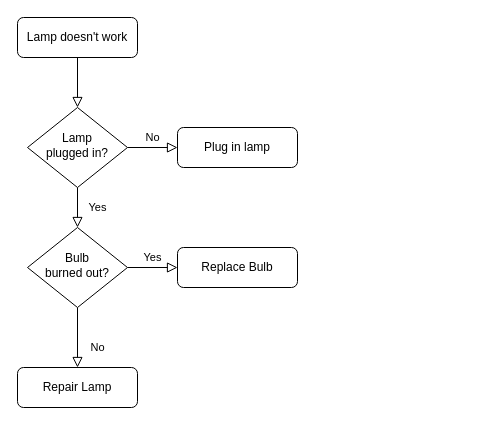
Before: process.drawio in anpengshuai/anpengshuai, a draw.io diagram. Source tidied: cells renumbered, new cells numbered last; positions are measured from the earlier drawing's top-left corner, leaving out a move shared by most shapes. Both pictures are drawn from the tidied source at 100%, with x=0, y=0 at pixel (17, 17).
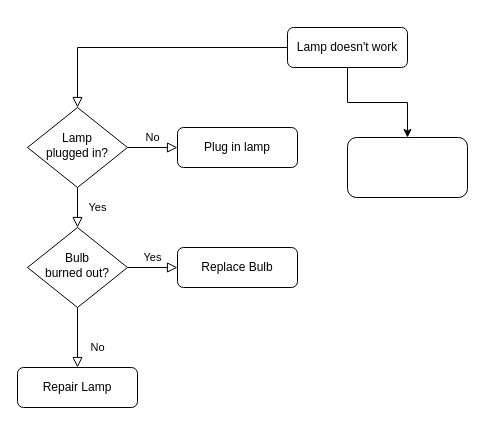
After the change.

Diff of the diagram source:
```diff
@@
 <mxGraphModel>
   <root>
     <mxCell id="0" />
     <mxCell id="1" parent="0" />
     <mxCell id="2" style="rounded=0;html=1;jettySize=auto;fontSize=11;endArrow=block;endFill=0;endSize=8;strokeWidth=1;shadow=0;labelBackgroundColor=none;edgeStyle=orthogonalEdgeStyle;" parent="1" edge="1" source="3" target="6">
       <mxGeometry relative="1" as="geometry" />
     </mxCell>
+    <mxCell id="13" style="edgeStyle=orthogonalEdgeStyle;rounded=0;jettySize=auto;html=1;" parent="1" edge="1" source="3" target="14">
+      <mxGeometry relative="1" as="geometry" />
+    </mxCell>
     <mxCell id="3" value="Lamp doesn't work" style="rounded=1;whiteSpace=wrap;html=1;fontSize=12;glass=0;strokeWidth=1;shadow=0;" parent="1" vertex="1">
-      <mxGeometry width="120" height="40" as="geometry" />
+      <mxGeometry x="270" y="10" width="120" height="40" as="geometry" />
     </mxCell>
     <mxCell id="4" value="Yes" style="rounded=0;html=1;jettySize=auto;fontSize=11;endArrow=block;endFill=0;endSize=8;strokeWidth=1;shadow=0;labelBackgroundColor=none;edgeStyle=orthogonalEdgeStyle;" parent="1" edge="1" source="6" target="10">
       <mxGeometry y="20" relative="1" as="geometry" />
     </mxCell>
     <mxCell id="5" value="No" style="edgeStyle=orthogonalEdgeStyle;rounded=0;html=1;jettySize=auto;fontSize=11;endArrow=block;endFill=0;endSize=8;strokeWidth=1;shadow=0;labelBackgroundColor=none;" parent="1" edge="1" source="6" target="7">
       <mxGeometry y="10" relative="1" as="geometry" />
     </mxCell>
     <mxCell id="6" value="Lamp&lt;br&gt;plugged in?" style="rhombus;whiteSpace=wrap;html=1;shadow=0;fontFamily=Helvetica;fontSize=12;align=center;strokeWidth=1;spacing=6;spacingTop=-4;" parent="1" vertex="1">
       <mxGeometry x="10" y="90" width="100" height="80" as="geometry" />
     </mxCell>
     <mxCell id="7" value="Plug in lamp" style="rounded=1;whiteSpace=wrap;html=1;fontSize=12;glass=0;strokeWidth=1;shadow=0;" parent="1" vertex="1">
       <mxGeometry x="160" y="110" width="120" height="40" as="geometry" />
     </mxCell>
     <mxCell id="8" value="No" style="rounded=0;html=1;jettySize=auto;fontSize=11;endArrow=block;endFill=0;endSize=8;strokeWidth=1;shadow=0;labelBackgroundColor=none;edgeStyle=orthogonalEdgeStyle;" parent="1" edge="1" source="10" target="11">
       <mxGeometry x="0.33" y="20" relative="1" as="geometry" />
     </mxCell>
     <mxCell id="9" value="Yes" style="edgeStyle=orthogonalEdgeStyle;rounded=0;html=1;jettySize=auto;fontSize=11;endArrow=block;endFill=0;endSize=8;strokeWidth=1;shadow=0;labelBackgroundColor=none;" parent="1" edge="1" source="10" target="12">
       <mxGeometry y="10" relative="1" as="geometry" />
     </mxCell>
     <mxCell id="10" value="Bulb&lt;br&gt;burned out?" style="rhombus;whiteSpace=wrap;html=1;shadow=0;fontFamily=Helvetica;fontSize=12;align=center;strokeWidth=1;spacing=6;spacingTop=-4;" parent="1" vertex="1">
       <mxGeometry x="10" y="210" width="100" height="80" as="geometry" />
     </mxCell>
     <mxCell id="11" value="Repair Lamp" style="rounded=1;whiteSpace=wrap;html=1;fontSize=12;glass=0;strokeWidth=1;shadow=0;" parent="1" vertex="1">
       <mxGeometry y="350" width="120" height="40" as="geometry" />
     </mxCell>
     <mxCell id="12" value="Replace Bulb" style="rounded=1;whiteSpace=wrap;html=1;fontSize=12;glass=0;strokeWidth=1;shadow=0;" parent="1" vertex="1">
       <mxGeometry x="160" y="230" width="120" height="40" as="geometry" />
     </mxCell>
+    <mxCell id="14" style="whiteSpace=wrap;html=1;rounded=1;glass=0;strokeWidth=1;shadow=0;" parent="1" vertex="1">
+      <mxGeometry x="330" y="120" width="120" height="60" as="geometry" />
+    </mxCell>
   </root>
 </mxGraphModel>
```
